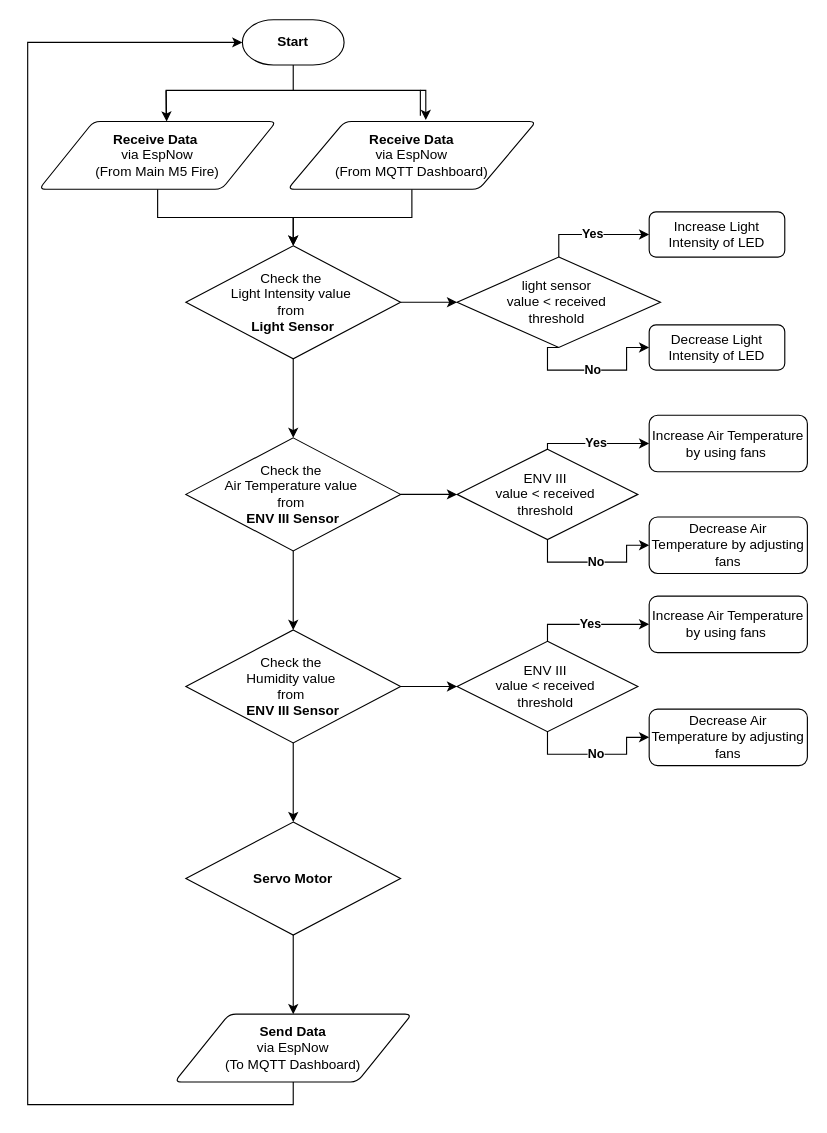
Earlier version of the draw.io diagram flowcharts/Untitled Diagram.drawio (thisisnich/programmingProject1). Source tidied: cells renumbered, new cells numbered last; positions are measured from the earlier drawing's top-left corner, leaving out a move shared by most shapes. Both pictures are drawn from the tidied source at 113%, with x=0, y=0 at pixel (27, -37).
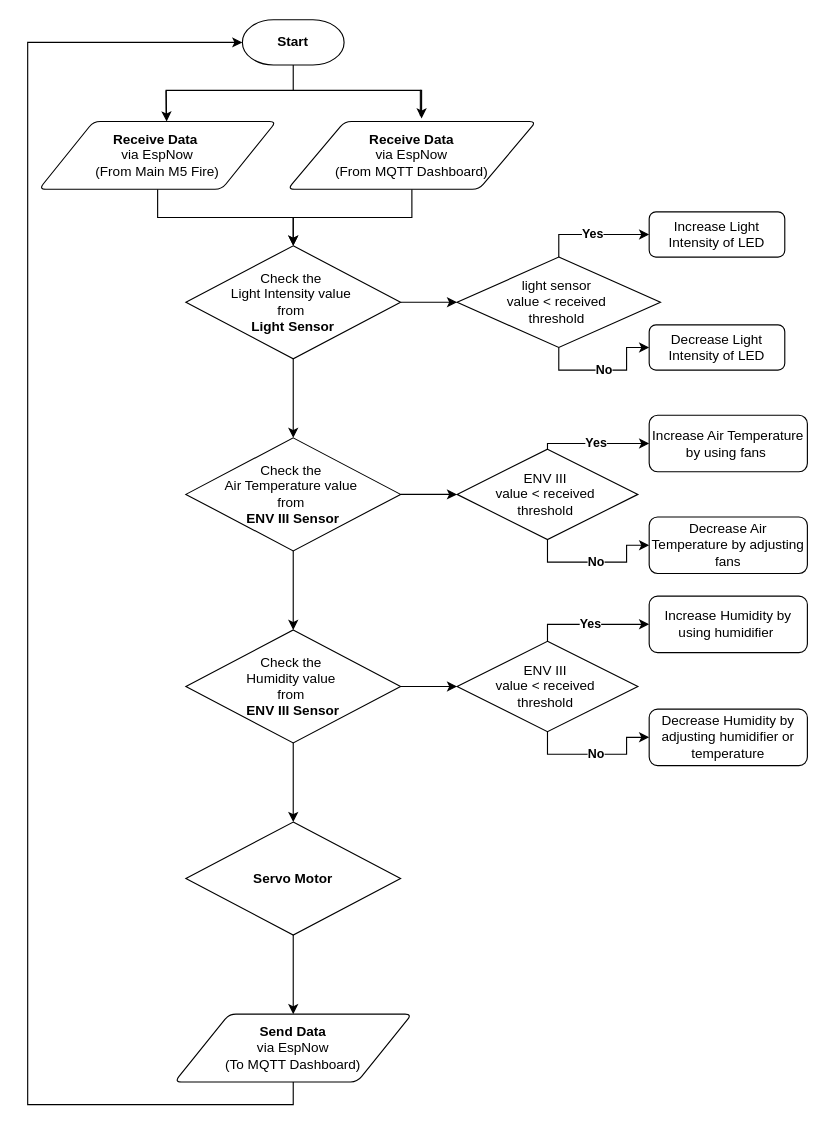
The same page after the edit.

Unchanged cells that the change refers to:
```xml
<mxCell id="7" value="&lt;b&gt;Receive Data&lt;/b&gt;&lt;div&gt;via EspNow&lt;b&gt;&lt;br&gt;&lt;/b&gt;&lt;div&gt;(From MQTT Dashboard)&lt;/div&gt;&lt;/div&gt;" style="shape=parallelogram;html=1;strokeWidth=1;perimeter=parallelogramPerimeter;whiteSpace=wrap;rounded=1;arcSize=12;size=0.23;" parent="1" vertex="1">
  <mxGeometry x="230" y="140" width="220" height="60" as="geometry" />
</mxCell>
<mxCell id="8" style="strokeWidth=1;html=1;shape=mxgraph.flowchart.annotation_2;align=left;labelPosition=right;rotation=90;" parent="1" vertex="1">
  <mxGeometry x="212.5" width="45" height="225" as="geometry" />
</mxCell>
<mxCell id="14" value="&lt;div&gt;&lt;span style=&quot;background-color: transparent; color: light-dark(rgb(0, 0, 0), rgb(255, 255, 255));&quot;&gt;light sensor&amp;nbsp;&lt;/span&gt;&lt;/div&gt;&lt;div&gt;value &amp;lt;&amp;nbsp;&lt;span style=&quot;background-color: transparent; color: light-dark(rgb(0, 0, 0), rgb(255, 255, 255));&quot;&gt;received&amp;nbsp;&lt;/span&gt;&lt;/div&gt;&lt;div&gt;&lt;span style=&quot;background-color: transparent; color: light-dark(rgb(0, 0, 0), rgb(255, 255, 255));&quot;&gt;threshold&amp;nbsp;&lt;/span&gt;&lt;/div&gt;" style="strokeWidth=1;html=1;shape=mxgraph.flowchart.decision;whiteSpace=wrap;" parent="1" vertex="1">
  <mxGeometry x="380" y="260" width="180" height="80" as="geometry" />
</mxCell>
<mxCell id="15" value="Decrease Light Intensity of LED" style="rounded=1;whiteSpace=wrap;html=1;fontSize=12;glass=0;strokeWidth=1;shadow=0;" parent="1" vertex="1">
  <mxGeometry x="550" y="320" width="120" height="40" as="geometry" />
</mxCell>
```

The edit, as a diff of the source:
```diff
@@
-    <mxCell id="10" style="edgeStyle=orthogonalEdgeStyle;rounded=0;jettySize=auto;html=1;exitX=0.5;exitY=0;exitDx=0;exitDy=0;exitPerimeter=0;entryX=0.556;entryY=-0.022;entryDx=0;entryDy=0;entryPerimeter=0;" parent="1" edge="1" source="8" target="7">
-      <mxGeometry relative="1" as="geometry" />
+    <mxCell id="10" style="edgeStyle=orthogonalEdgeStyle;rounded=0;jettySize=auto;html=1;exitX=0.5;exitY=0;exitDx=0;exitDy=0;exitPerimeter=0;entryX=0.539;entryY=-0.044;entryDx=0;entryDy=0;entryPerimeter=0;" parent="1" edge="1" source="8" target="7">
+      <mxGeometry relative="1" as="geometry">
+        <Array as="points">
+          <mxPoint x="349" y="113" />
+        </Array>
+      </mxGeometry>
     </mxCell>
@@
     <mxCell id="13" value="&lt;b&gt;No&lt;/b&gt;" style="edgeStyle=orthogonalEdgeStyle;rounded=0;jettySize=auto;html=1;exitX=0.5;exitY=1;exitDx=0;exitDy=0;exitPerimeter=0;entryX=0;entryY=0.5;entryDx=0;entryDy=0;" parent="1" edge="1" source="14" target="15">
       <mxGeometry relative="1" as="geometry">
         <Array as="points">
-          <mxPoint x="460" y="360" />
+          <mxPoint x="470" y="360" />
           <mxPoint x="530" y="360" />
           <mxPoint x="530" y="340" />
         </Array>
       </mxGeometry>
     </mxCell>
@@
-    <mxCell id="31" value="Increase Air Temperature by using fans&amp;nbsp;" style="rounded=1;whiteSpace=wrap;html=1;fontSize=12;glass=0;strokeWidth=1;shadow=0;" parent="1" vertex="1">
+    <mxCell id="31" value="Increase Humidity by using humidifier&amp;nbsp;" style="rounded=1;whiteSpace=wrap;html=1;fontSize=12;glass=0;strokeWidth=1;shadow=0;" parent="1" vertex="1">
       <mxGeometry x="550" y="560" width="140" height="50" as="geometry" />
     </mxCell>
-    <mxCell id="32" value="Decrease Air Temperature by adjusting fans" style="rounded=1;whiteSpace=wrap;html=1;fontSize=12;glass=0;strokeWidth=1;shadow=0;" parent="1" vertex="1">
+    <mxCell id="32" value="Decrease Humidity by adjusting humidifier or temperature" style="rounded=1;whiteSpace=wrap;html=1;fontSize=12;glass=0;strokeWidth=1;shadow=0;" parent="1" vertex="1">
       <mxGeometry x="550" y="660" width="140" height="50" as="geometry" />
     </mxCell>
```
